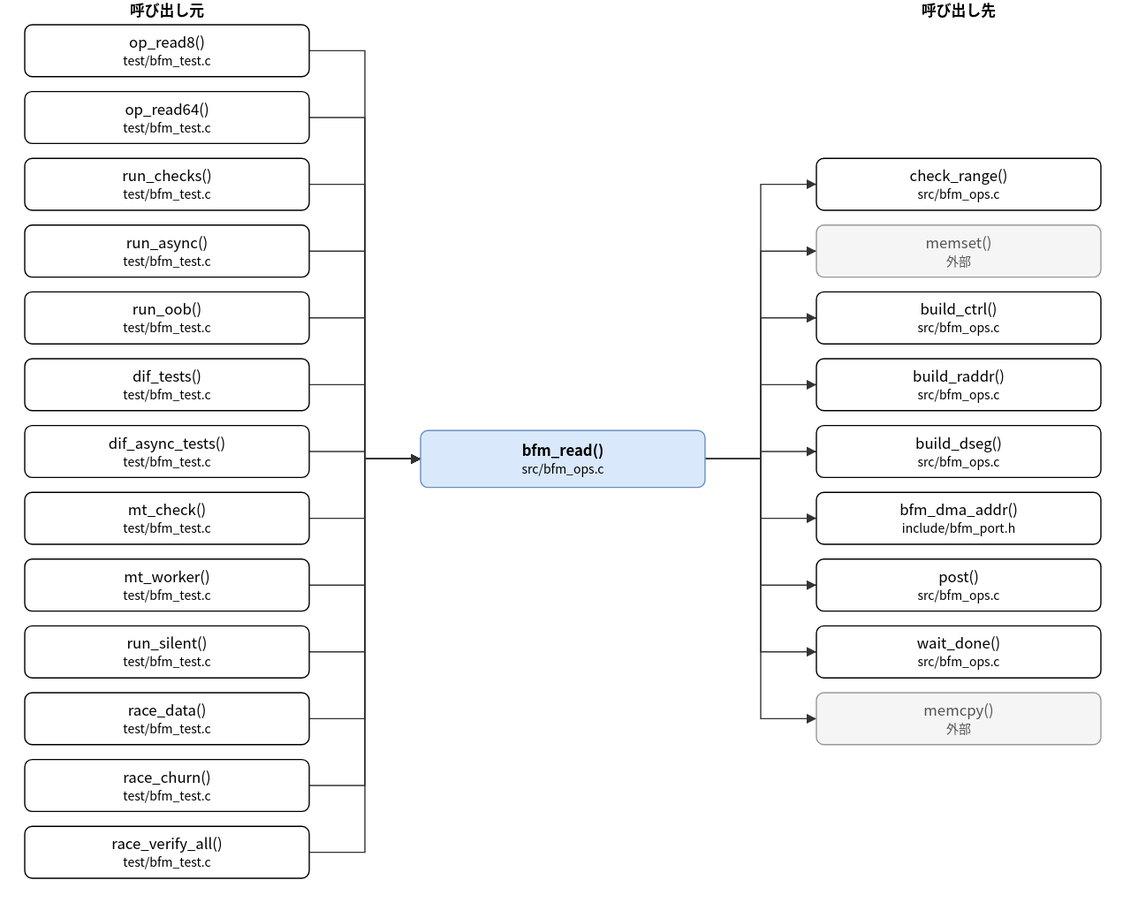
Earlier version of the draw.io export doc/spec/images/call_src_bfm_ops-bfm_read.drawio.svg (hf355051012-ai/bfmem). Source tidied: cells renumbered, new cells last; positions are measured from the earlier drawing's top-left corner, leaving out a move shared by most shapes.
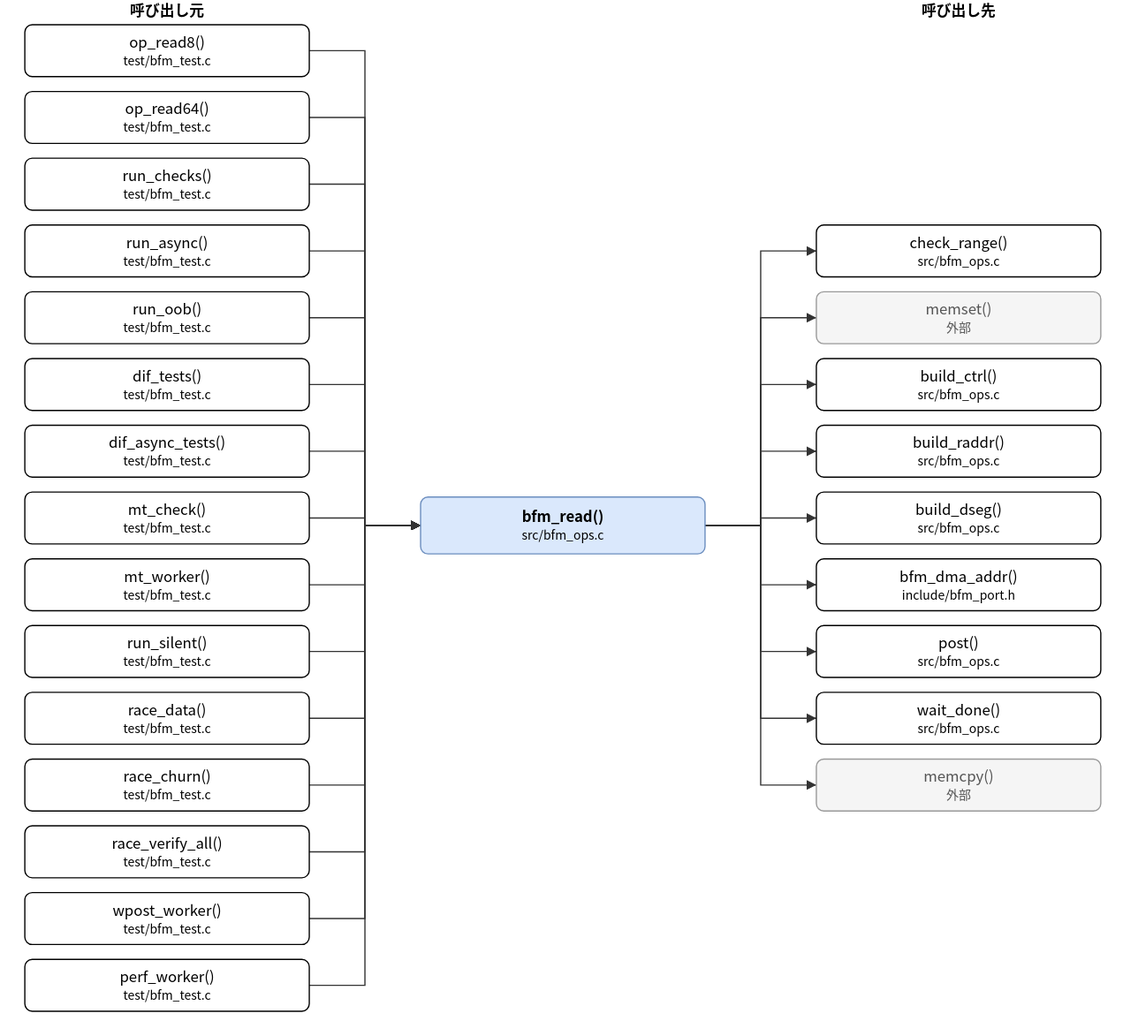
The same diagram one commit later.

What changed in the source:
```diff
@@ -3,7 +3,7 @@
     <mxCell id="0" />
     <mxCell id="1" parent="0" />
     <mxCell id="2" value="bfm_read()&lt;br&gt;&lt;font style=&quot;font-size:10px&quot;&gt;src/bfm_ops.c&lt;/font&gt;" style="rounded=1;whiteSpace=wrap;html=1;fillColor=#dae8fc;strokeColor=#6c8ebf;fontStyle=1;" parent="1" vertex="1">
-      <mxGeometry x="320" y="348" width="230" height="46" as="geometry" />
+      <mxGeometry x="320" y="402" width="230" height="46" as="geometry" />
     </mxCell>
     <mxCell id="3" value="op_read8()&lt;br&gt;&lt;font style=&quot;font-size:10px&quot;&gt;test/bfm_test.c&lt;/font&gt;" style="rounded=1;whiteSpace=wrap;html=1;" parent="1" vertex="1">
       <mxGeometry y="20" width="230" height="42" as="geometry" />
@@ -44,38 +44,44 @@
     <mxCell id="15" value="race_verify_all()&lt;br&gt;&lt;font style=&quot;font-size:10px&quot;&gt;test/bfm_test.c&lt;/font&gt;" style="rounded=1;whiteSpace=wrap;html=1;" parent="1" vertex="1">
       <mxGeometry y="668" width="230" height="42" as="geometry" />
     </mxCell>
+    <mxCell id="49" value="wpost_worker()&lt;br&gt;&lt;font style=&quot;font-size:10px&quot;&gt;test/bfm_test.c&lt;/font&gt;" style="rounded=1;whiteSpace=wrap;html=1;" parent="1" vertex="1">
+      <mxGeometry y="722" width="230" height="42" as="geometry" />
+    </mxCell>
+    <mxCell id="50" value="perf_worker()&lt;br&gt;&lt;font style=&quot;font-size:10px&quot;&gt;test/bfm_test.c&lt;/font&gt;" style="rounded=1;whiteSpace=wrap;html=1;" parent="1" vertex="1">
+      <mxGeometry y="776" width="230" height="42" as="geometry" />
+    </mxCell>
     <mxCell id="16" value="check_range()&lt;br&gt;&lt;font style=&quot;font-size:10px&quot;&gt;src/bfm_ops.c&lt;/font&gt;" style="rounded=1;whiteSpace=wrap;html=1;" parent="1" vertex="1">
-      <mxGeometry x="640" y="128" width="230" height="42" as="geometry" />
+      <mxGeometry x="640" y="182" width="230" height="42" as="geometry" />
     </mxCell>
     <mxCell id="17" value="memset()&lt;br&gt;&lt;font style=&quot;font-size:10px&quot;&gt;外部&lt;/font&gt;" style="rounded=1;whiteSpace=wrap;html=1;fillColor=#f5f5f5;strokeColor=#999999;fontColor=#555555;" parent="1" vertex="1">
-      <mxGeometry x="640" y="182" width="230" height="42" as="geometry" />
+      <mxGeometry x="640" y="236" width="230" height="42" as="geometry" />
     </mxCell>
     <mxCell id="18" value="build_ctrl()&lt;br&gt;&lt;font style=&quot;font-size:10px&quot;&gt;src/bfm_ops.c&lt;/font&gt;" style="rounded=1;whiteSpace=wrap;html=1;" parent="1" vertex="1">
-      <mxGeometry x="640" y="236" width="230" height="42" as="geometry" />
+      <mxGeometry x="640" y="290" width="230" height="42" as="geometry" />
     </mxCell>
     <mxCell id="19" value="build_raddr()&lt;br&gt;&lt;font style=&quot;font-size:10px&quot;&gt;src/bfm_ops.c&lt;/font&gt;" style="rounded=1;whiteSpace=wrap;html=1;" parent="1" vertex="1">
-      <mxGeometry x="640" y="290" width="230" height="42" as="geometry" />
+      <mxGeometry x="640" y="344" width="230" height="42" as="geometry" />
     </mxCell>
     <mxCell id="20" value="build_dseg()&lt;br&gt;&lt;font style=&quot;font-size:10px&quot;&gt;src/bfm_ops.c&lt;/font&gt;" style="rounded=1;whiteSpace=wrap;html=1;" parent="1" vertex="1">
-      <mxGeometry x="640" y="344" width="230" height="42" as="geometry" />
+      <mxGeometry x="640" y="398" width="230" height="42" as="geometry" />
     </mxCell>
     <mxCell id="21" value="bfm_dma_addr()&lt;br&gt;&lt;font style=&quot;font-size:10px&quot;&gt;include/bfm_port.h&lt;/font&gt;" style="rounded=1;whiteSpace=wrap;html=1;" parent="1" vertex="1">
-      <mxGeometry x="640" y="398" width="230" height="42" as="geometry" />
+      <mxGeometry x="640" y="452" width="230" height="42" as="geometry" />
     </mxCell>
     <mxCell id="22" value="post()&lt;br&gt;&lt;font style=&quot;font-size:10px&quot;&gt;src/bfm_ops.c&lt;/font&gt;" style="rounded=1;whiteSpace=wrap;html=1;" parent="1" vertex="1">
-      <mxGeometry x="640" y="452" width="230" height="42" as="geometry" />
+      <mxGeometry x="640" y="506" width="230" height="42" as="geometry" />
     </mxCell>
     <mxCell id="23" value="wait_done()&lt;br&gt;&lt;font style=&quot;font-size:10px&quot;&gt;src/bfm_ops.c&lt;/font&gt;" style="rounded=1;whiteSpace=wrap;html=1;" parent="1" vertex="1">
-      <mxGeometry x="640" y="506" width="230" height="42" as="geometry" />
+      <mxGeometry x="640" y="560" width="230" height="42" as="geometry" />
     </mxCell>
     <mxCell id="24" value="memcpy()&lt;br&gt;&lt;font style=&quot;font-size:10px&quot;&gt;外部&lt;/font&gt;" style="rounded=1;whiteSpace=wrap;html=1;fillColor=#f5f5f5;strokeColor=#999999;fontColor=#555555;" parent="1" vertex="1">
-      <mxGeometry x="640" y="560" width="230" height="42" as="geometry" />
+      <mxGeometry x="640" y="614" width="230" height="42" as="geometry" />
     </mxCell>
     <mxCell id="25" style="edgeStyle=none;html=1;rounded=0;endArrow=block;endFill=1;exitX=1.0000;exitY=0.5000;exitDx=0;exitDy=0;exitPerimeter=0;entryX=0.0000;entryY=0.5000;entryDx=0;entryDy=0;entryPerimeter=0;" parent="1" edge="1" source="3" target="2">
       <mxGeometry relative="1" as="geometry">
         <Array as="points">
           <mxPoint x="275" y="41" />
-          <mxPoint x="275" y="371" />
+          <mxPoint x="275" y="425" />
         </Array>
       </mxGeometry>
     </mxCell>
@@ -83,7 +89,7 @@
       <mxGeometry relative="1" as="geometry">
         <Array as="points">
           <mxPoint x="275" y="95" />
-          <mxPoint x="275" y="371" />
+          <mxPoint x="275" y="425" />
         </Array>
       </mxGeometry>
     </mxCell>
@@ -91,7 +97,7 @@
       <mxGeometry relative="1" as="geometry">
         <Array as="points">
           <mxPoint x="275" y="149" />
-          <mxPoint x="275" y="371" />
+          <mxPoint x="275" y="425" />
         </Array>
       </mxGeometry>
     </mxCell>
@@ -99,7 +105,7 @@
       <mxGeometry relative="1" as="geometry">
         <Array as="points">
           <mxPoint x="275" y="203" />
-          <mxPoint x="275" y="371" />
+          <mxPoint x="275" y="425" />
         </Array>
       </mxGeometry>
     </mxCell>
@@ -107,7 +113,7 @@
       <mxGeometry relative="1" as="geometry">
         <Array as="points">
           <mxPoint x="275" y="257" />
-          <mxPoint x="275" y="371" />
+          <mxPoint x="275" y="425" />
         </Array>
       </mxGeometry>
     </mxCell>
@@ -115,7 +121,7 @@
       <mxGeometry relative="1" as="geometry">
         <Array as="points">
           <mxPoint x="275" y="311" />
-          <mxPoint x="275" y="371" />
+          <mxPoint x="275" y="425" />
         </Array>
       </mxGeometry>
     </mxCell>
@@ -123,7 +129,7 @@
       <mxGeometry relative="1" as="geometry">
         <Array as="points">
           <mxPoint x="275" y="365" />
-          <mxPoint x="275" y="371" />
+          <mxPoint x="275" y="425" />
         </Array>
       </mxGeometry>
     </mxCell>
@@ -131,7 +137,7 @@
       <mxGeometry relative="1" as="geometry">
         <Array as="points">
           <mxPoint x="275" y="419" />
-          <mxPoint x="275" y="371" />
+          <mxPoint x="275" y="425" />
         </Array>
       </mxGeometry>
     </mxCell>
@@ -139,7 +145,7 @@
       <mxGeometry relative="1" as="geometry">
         <Array as="points">
           <mxPoint x="275" y="473" />
-          <mxPoint x="275" y="371" />
+          <mxPoint x="275" y="425" />
         </Array>
       </mxGeometry>
     </mxCell>
@@ -147,7 +153,7 @@
       <mxGeometry relative="1" as="geometry">
         <Array as="points">
           <mxPoint x="275" y="527" />
-          <mxPoint x="275" y="371" />
+          <mxPoint x="275" y="425" />
         </Array>
       </mxGeometry>
     </mxCell>
@@ -155,7 +161,7 @@
       <mxGeometry relative="1" as="geometry">
         <Array as="points">
           <mxPoint x="275" y="581" />
-          <mxPoint x="275" y="371" />
+          <mxPoint x="275" y="425" />
         </Array>
       </mxGeometry>
     </mxCell>
@@ -163,7 +169,7 @@
       <mxGeometry relative="1" as="geometry">
         <Array as="points">
           <mxPoint x="275" y="635" />
-          <mxPoint x="275" y="371" />
+          <mxPoint x="275" y="425" />
         </Array>
       </mxGeometry>
     </mxCell>
@@ -171,82 +177,98 @@
       <mxGeometry relative="1" as="geometry">
         <Array as="points">
           <mxPoint x="275" y="689" />
-          <mxPoint x="275" y="371" />
+          <mxPoint x="275" y="425" />
         </Array>
       </mxGeometry>
     </mxCell>
-    <mxCell id="38" style="edgeStyle=none;html=1;rounded=0;endArrow=block;endFill=1;exitX=1.0000;exitY=0.5000;exitDx=0;exitDy=0;exitPerimeter=0;entryX=0.0000;entryY=0.5000;entryDx=0;entryDy=0;entryPerimeter=0;" parent="1" edge="1" source="2" target="16">
+    <mxCell id="38" style="edgeStyle=none;html=1;rounded=0;endArrow=block;endFill=1;exitX=1.0000;exitY=0.5000;exitDx=0;exitDy=0;exitPerimeter=0;entryX=0.0000;entryY=0.5000;entryDx=0;entryDy=0;entryPerimeter=0;" parent="1" edge="1" source="49" target="2">
       <mxGeometry relative="1" as="geometry">
         <Array as="points">
-          <mxPoint x="595" y="371" />
-          <mxPoint x="595" y="149" />
+          <mxPoint x="275" y="743" />
+          <mxPoint x="275" y="425" />
         </Array>
       </mxGeometry>
     </mxCell>
-    <mxCell id="39" style="edgeStyle=none;html=1;rounded=0;endArrow=block;endFill=1;exitX=1.0000;exitY=0.5000;exitDx=0;exitDy=0;exitPerimeter=0;entryX=0.0000;entryY=0.5000;entryDx=0;entryDy=0;entryPerimeter=0;" parent="1" edge="1" source="2" target="17">
+    <mxCell id="39" style="edgeStyle=none;html=1;rounded=0;endArrow=block;endFill=1;exitX=1.0000;exitY=0.5000;exitDx=0;exitDy=0;exitPerimeter=0;entryX=0.0000;entryY=0.5000;entryDx=0;entryDy=0;entryPerimeter=0;" parent="1" edge="1" source="50" target="2">
       <mxGeometry relative="1" as="geometry">
         <Array as="points">
-          <mxPoint x="595" y="371" />
-          <mxPoint x="595" y="203" />
+          <mxPoint x="275" y="797" />
+          <mxPoint x="275" y="425" />
         </Array>
       </mxGeometry>
     </mxCell>
-    <mxCell id="40" style="edgeStyle=none;html=1;rounded=0;endArrow=block;endFill=1;exitX=1.0000;exitY=0.5000;exitDx=0;exitDy=0;exitPerimeter=0;entryX=0.0000;entryY=0.5000;entryDx=0;entryDy=0;entryPerimeter=0;" parent="1" edge="1" source="2" target="18">
+    <mxCell id="40" style="edgeStyle=none;html=1;rounded=0;endArrow=block;endFill=1;exitX=1.0000;exitY=0.5000;exitDx=0;exitDy=0;exitPerimeter=0;entryX=0.0000;entryY=0.5000;entryDx=0;entryDy=0;entryPerimeter=0;" parent="1" edge="1" source="2" target="16">
       <mxGeometry relative="1" as="geometry">
         <Array as="points">
-          <mxPoint x="595" y="371" />
-          <mxPoint x="595" y="257" />
+          <mxPoint x="595" y="425" />
+          <mxPoint x="595" y="203" />
         </Array>
       </mxGeometry>
     </mxCell>
-    <mxCell id="41" style="edgeStyle=none;html=1;rounded=0;endArrow=block;endFill=1;exitX=1.0000;exitY=0.5000;exitDx=0;exitDy=0;exitPerimeter=0;entryX=0.0000;entryY=0.5000;entryDx=0;entryDy=0;entryPerimeter=0;" parent="1" edge="1" source="2" target="19">
+    <mxCell id="41" style="edgeStyle=none;html=1;rounded=0;endArrow=block;endFill=1;exitX=1.0000;exitY=0.5000;exitDx=0;exitDy=0;exitPerimeter=0;entryX=0.0000;entryY=0.5000;entryDx=0;entryDy=0;entryPerimeter=0;" parent="1" edge="1" source="2" target="17">
       <mxGeometry relative="1" as="geometry">
         <Array as="points">
-          <mxPoint x="595" y="371" />
-          <mxPoint x="595" y="311" />
+          <mxPoint x="595" y="425" />
+          <mxPoint x="595" y="257" />
         </Array>
       </mxGeometry>
     </mxCell>
-    <mxCell id="42" style="edgeStyle=none;html=1;rounded=0;endArrow=block;endFill=1;exitX=1.0000;exitY=0.5000;exitDx=0;exitDy=0;exitPerimeter=0;entryX=0.0000;entryY=0.5000;entryDx=0;entryDy=0;entryPerimeter=0;" parent="1" edge="1" source="2" target="20">
+    <mxCell id="42" style="edgeStyle=none;html=1;rounded=0;endArrow=block;endFill=1;exitX=1.0000;exitY=0.5000;exitDx=0;exitDy=0;exitPerimeter=0;entryX=0.0000;entryY=0.5000;entryDx=0;entryDy=0;entryPerimeter=0;" parent="1" edge="1" source="2" target="18">
       <mxGeometry relative="1" as="geometry">
         <Array as="points">
-          <mxPoint x="595" y="371" />
-          <mxPoint x="595" y="365" />
+          <mxPoint x="595" y="425" />
+          <mxPoint x="595" y="311" />
         </Array>
       </mxGeometry>
     </mxCell>
-    <mxCell id="43" style="edgeStyle=none;html=1;rounded=0;endArrow=block;endFill=1;exitX=1.0000;exitY=0.5000;exitDx=0;exitDy=0;exitPerimeter=0;entryX=0.0000;entryY=0.5000;entryDx=0;entryDy=0;entryPerimeter=0;" parent="1" edge="1" source="2" target="21">
+    <mxCell id="43" style="edgeStyle=none;html=1;rounded=0;endArrow=block;endFill=1;exitX=1.0000;exitY=0.5000;exitDx=0;exitDy=0;exitPerimeter=0;entryX=0.0000;entryY=0.5000;entryDx=0;entryDy=0;entryPerimeter=0;" parent="1" edge="1" source="2" target="19">
       <mxGeometry relative="1" as="geometry">
         <Array as="points">
-          <mxPoint x="595" y="371" />
-          <mxPoint x="595" y="419" />
+          <mxPoint x="595" y="425" />
+          <mxPoint x="595" y="365" />
         </Array>
       </mxGeometry>
     </mxCell>
-    <mxCell id="44" style="edgeStyle=none;html=1;rounded=0;endArrow=block;endFill=1;exitX=1.0000;exitY=0.5000;exitDx=0;exitDy=0;exitPerimeter=0;entryX=0.0000;entryY=0.5000;entryDx=0;entryDy=0;entryPerimeter=0;" parent="1" edge="1" source="2" target="22">
+    <mxCell id="44" style="edgeStyle=none;html=1;rounded=0;endArrow=block;endFill=1;exitX=1.0000;exitY=0.5000;exitDx=0;exitDy=0;exitPerimeter=0;entryX=0.0000;entryY=0.5000;entryDx=0;entryDy=0;entryPerimeter=0;" parent="1" edge="1" source="2" target="20">
       <mxGeometry relative="1" as="geometry">
         <Array as="points">
-          <mxPoint x="595" y="371" />
-          <mxPoint x="595" y="473" />
+          <mxPoint x="595" y="425" />
+          <mxPoint x="595" y="419" />
         </Array>
       </mxGeometry>
     </mxCell>
-    <mxCell id="45" style="edgeStyle=none;html=1;rounded=0;endArrow=block;endFill=1;exitX=1.0000;exitY=0.5000;exitDx=0;exitDy=0;exitPerimeter=0;entryX=0.0000;entryY=0.5000;entryDx=0;entryDy=0;entryPerimeter=0;" parent="1" edge="1" source="2" target="23">
+    <mxCell id="45" style="edgeStyle=none;html=1;rounded=0;endArrow=block;endFill=1;exitX=1.0000;exitY=0.5000;exitDx=0;exitDy=0;exitPerimeter=0;entryX=0.0000;entryY=0.5000;entryDx=0;entryDy=0;entryPerimeter=0;" parent="1" edge="1" source="2" target="21">
       <mxGeometry relative="1" as="geometry">
         <Array as="points">
-          <mxPoint x="595" y="371" />
-          <mxPoint x="595" y="527" />
+          <mxPoint x="595" y="425" />
+          <mxPoint x="595" y="473" />
         </Array>
       </mxGeometry>
     </mxCell>
-    <mxCell id="46" style="edgeStyle=none;html=1;rounded=0;endArrow=block;endFill=1;exitX=1.0000;exitY=0.5000;exitDx=0;exitDy=0;exitPerimeter=0;entryX=0.0000;entryY=0.5000;entryDx=0;entryDy=0;entryPerimeter=0;" parent="1" edge="1" source="2" target="24">
+    <mxCell id="46" style="edgeStyle=none;html=1;rounded=0;endArrow=block;endFill=1;exitX=1.0000;exitY=0.5000;exitDx=0;exitDy=0;exitPerimeter=0;entryX=0.0000;entryY=0.5000;entryDx=0;entryDy=0;entryPerimeter=0;" parent="1" edge="1" source="2" target="22">
       <mxGeometry relative="1" as="geometry">
         <Array as="points">
-          <mxPoint x="595" y="371" />
-          <mxPoint x="595" y="581" />
+          <mxPoint x="595" y="425" />
+          <mxPoint x="595" y="527" />
         </Array>
       </mxGeometry>
     </mxCell>
+    <mxCell id="51" style="edgeStyle=none;html=1;rounded=0;endArrow=block;endFill=1;exitX=1.0000;exitY=0.5000;exitDx=0;exitDy=0;exitPerimeter=0;entryX=0.0000;entryY=0.5000;entryDx=0;entryDy=0;entryPerimeter=0;" parent="1" edge="1" source="2" target="23">
+      <mxGeometry relative="1" as="geometry">
+        <Array as="points">
+          <mxPoint x="595" y="425" />
+          <mxPoint x="595" y="581" />
+        </Array>
+      </mxGeometry>
+    </mxCell>
+    <mxCell id="52" style="edgeStyle=none;html=1;rounded=0;endArrow=block;endFill=1;exitX=1.0000;exitY=0.5000;exitDx=0;exitDy=0;exitPerimeter=0;entryX=0.0000;entryY=0.5000;entryDx=0;entryDy=0;entryPerimeter=0;" parent="1" edge="1" source="2" target="24">
+      <mxGeometry relative="1" as="geometry">
+        <Array as="points">
+          <mxPoint x="595" y="425" />
+          <mxPoint x="595" y="635" />
+        </Array>
+      </mxGeometry>
+    </mxCell>
     <mxCell id="47" value="呼び出し元" style="text;html=1;align=center;fontStyle=1;" parent="1" vertex="1">
       <mxGeometry x="35" width="160" height="18" as="geometry" />
     </mxCell>
```
